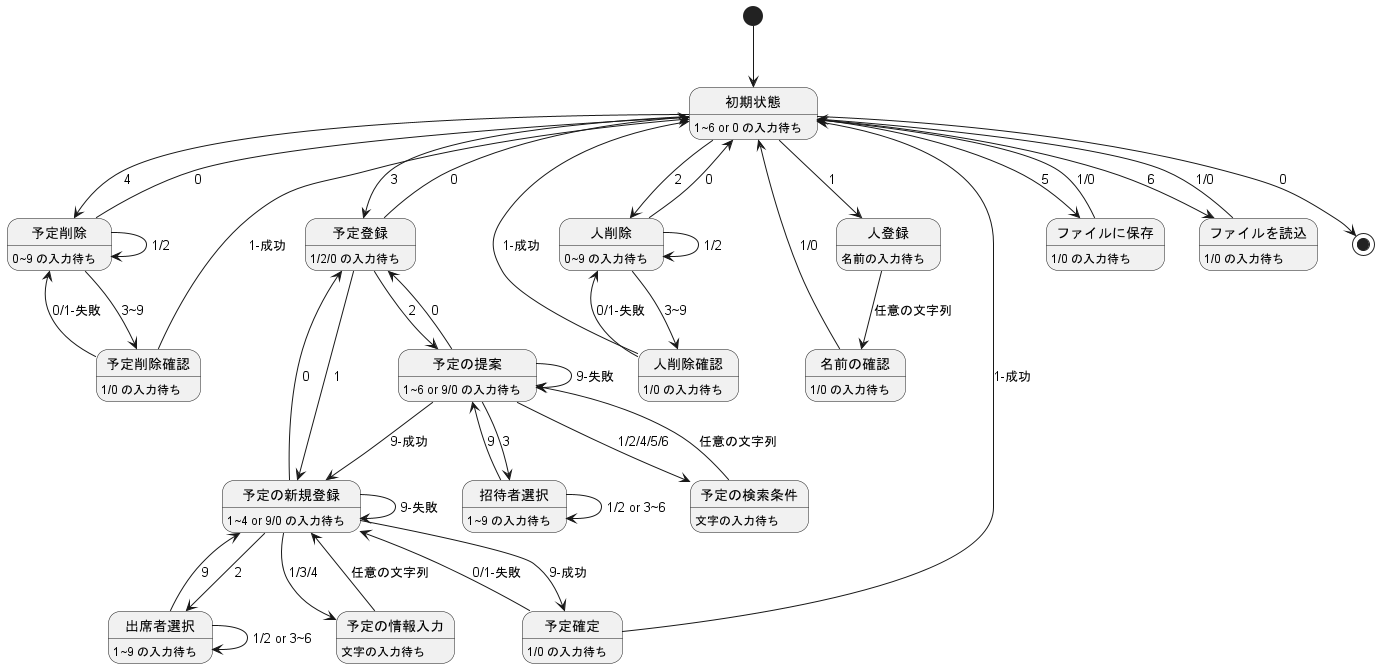
kimura-y-digi/tutor_schedule_adjuster keeps this PlantUML diagram as state_machine.png. Above is the earlier version. The source it was exported from:
```plantuml
@startuml

[*] --> 初期状態
初期状態 : 1~6 or 0 の入力待ち

初期状態 --> 人登録 : 1

人登録 : 名前の入力待ち
人登録 --> 名前の確認 : 任意の文字列

名前の確認 : 1/0 の入力待ち
名前の確認 -up-> 初期状態 : 1/0


初期状態 --> 人削除 : 2

人削除 : 0~9 の入力待ち
人削除 --> 人削除 : 1/2
人削除 --> 人削除確認 : 3~9
人削除 -up-> 初期状態 : 0

人削除確認 : 1/0 の入力待ち
人削除確認 -up-> 初期状態 : 1-成功
人削除確認 -up-> 人削除 : 0/1-失敗


初期状態 --> 予定登録 : 3

予定登録 : 1/2/0 の入力待ち
予定登録 --> 予定の新規登録 : 1
予定登録 --> 予定の提案 : 2
予定登録 -up-> 初期状態 : 0

予定の新規登録 : 1~4 or 9/0 の入力待ち
予定の新規登録 --> 予定の情報入力 : 1/3/4
予定の新規登録 --> 出席者選択 : 2
予定の新規登録 --> 予定確定 : 9-成功
予定の新規登録 --> 予定の新規登録 : 9-失敗
予定の新規登録 -up-> 予定登録 : 0

予定の情報入力 : 文字の入力待ち
予定の情報入力 -up-> 予定の新規登録 : 任意の文字列

出席者選択 : 1~9 の入力待ち
出席者選択 --> 出席者選択 : 1/2 or 3~6
出席者選択 -up-> 予定の新規登録 : 9

予定確定 : 1/0 の入力待ち
予定確定 -up-> 初期状態 : 1-成功
予定確定 -up-> 予定の新規登録 : 0/1-失敗


予定の提案 : 1~6 or 9/0 の入力待ち
予定の提案 --> 予定の検索条件 : 1/2/4/5/6
予定の提案 --> 招待者選択 : 3
予定の提案 --> 予定の新規登録 : 9-成功
予定の提案 --> 予定の提案 : 9-失敗
予定の提案 -up-> 予定登録 : 0

予定の検索条件 : 文字の入力待ち
予定の検索条件 -up-> 予定の提案 : 任意の文字列

招待者選択 : 1~9 の入力待ち
招待者選択 --> 招待者選択 : 1/2 or 3~6
招待者選択 -up-> 予定の提案 : 9

初期状態 --> 予定削除 : 4

予定削除 : 0~9 の入力待ち
予定削除 --> 予定削除 : 1/2
予定削除 --> 予定削除確認 : 3~9
予定削除 -up-> 初期状態 : 0

予定削除確認 : 1/0 の入力待ち
予定削除確認 -up-> 初期状態 : 1-成功
予定削除確認 -up-> 予定削除 :0/1-失敗


初期状態 --> ファイルに保存 : 5

ファイルに保存 : 1/0 の入力待ち
ファイルに保存 -up-> 初期状態 : 1/0


初期状態 --> ファイルを読込 : 6

ファイルを読込 : 1/0 の入力待ち
ファイルを読込 -up-> 初期状態 : 1/0


初期状態 --> [*] : 0

@enduml
```
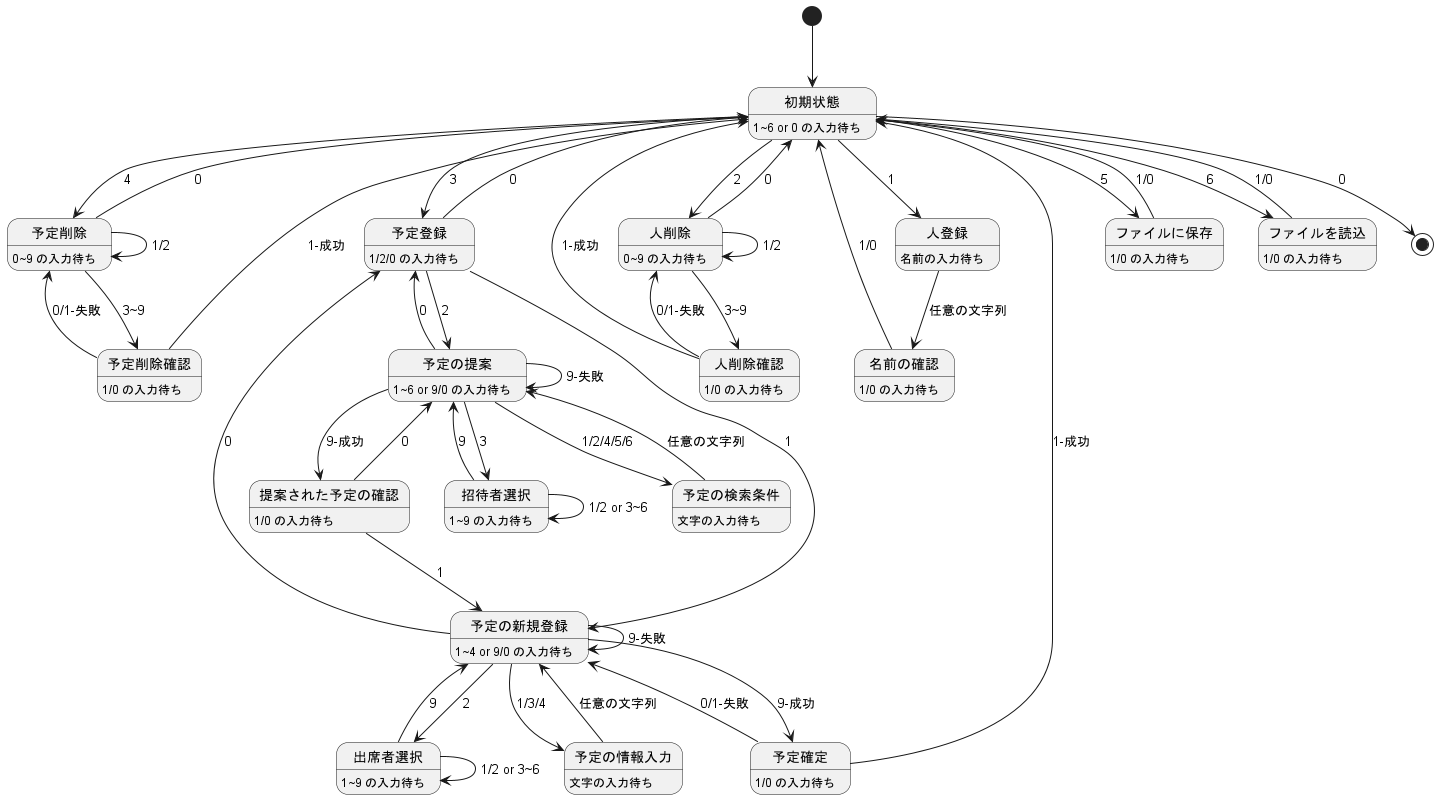
Above is the later version.

The edit, as a diff of the source:
```diff
@@ -53,9 +53,13 @@
 予定の提案 : 1~6 or 9/0 の入力待ち
 予定の提案 --> 予定の検索条件 : 1/2/4/5/6
 予定の提案 --> 招待者選択 : 3
-予定の提案 --> 予定の新規登録 : 9-成功
+予定の提案 --> 提案された予定の確認 : 9-成功
 予定の提案 --> 予定の提案 : 9-失敗
 予定の提案 -up-> 予定登録 : 0
+
+提案された予定の確認 : 1/0 の入力待ち
+提案された予定の確認 --> 予定の新規登録 : 1
+提案された予定の確認 --> 予定の提案 : 0
 
 予定の検索条件 : 文字の入力待ち
 予定の検索条件 -up-> 予定の提案 : 任意の文字列
```
